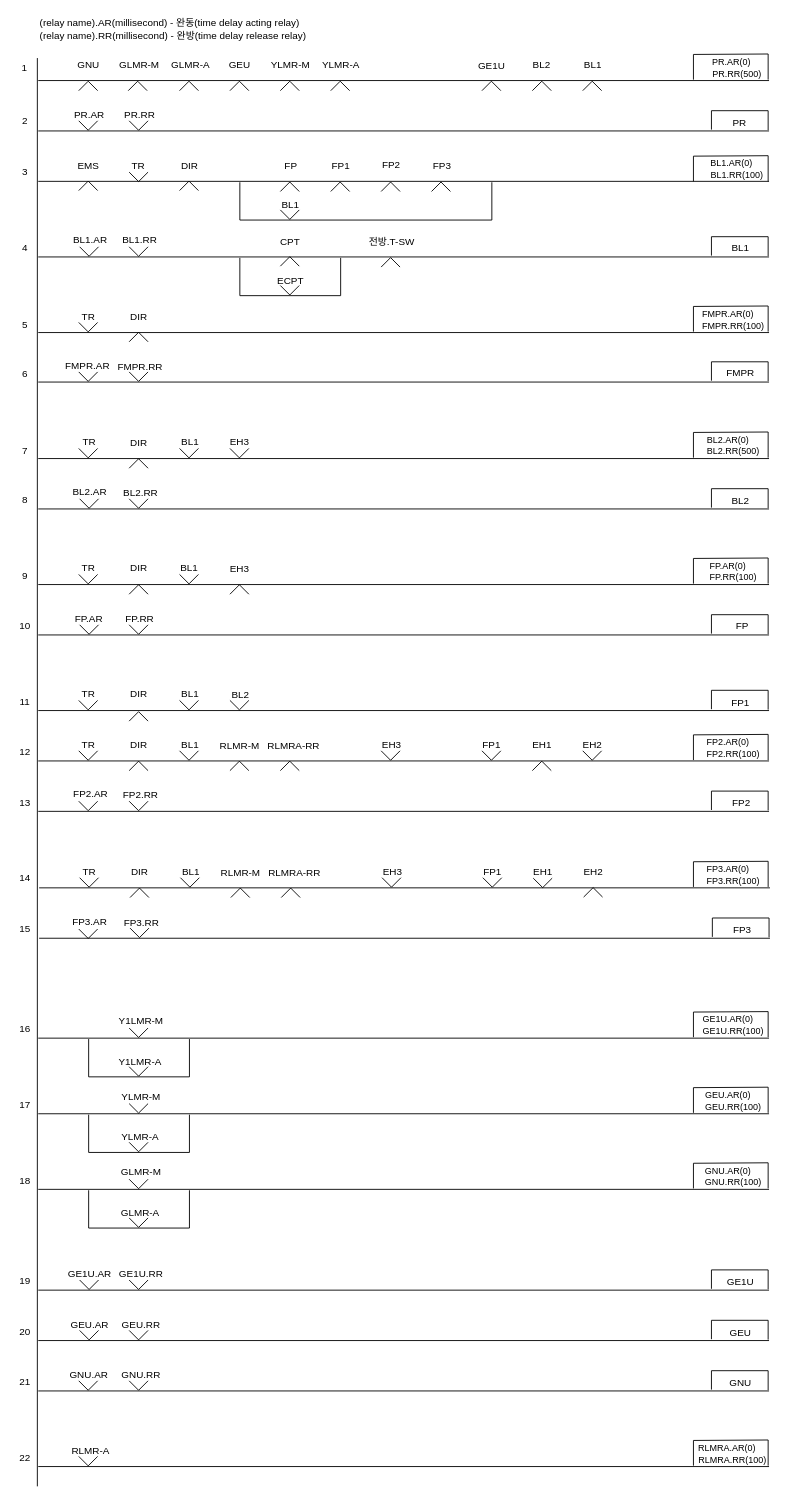
This is EABS_SIL4/FCPU/single-track-logic-dn.drawio from chillin2/MyDraw.io, a draw.io file, before an edit. Source tidied: cells renumbered, new cells numbered last; positions are measured from the earlier drawing's top-left corner, leaving out a move shared by most shapes. Both pictures are drawn from the tidied source at 90%, with x=0, y=0 at pixel (15, 15).
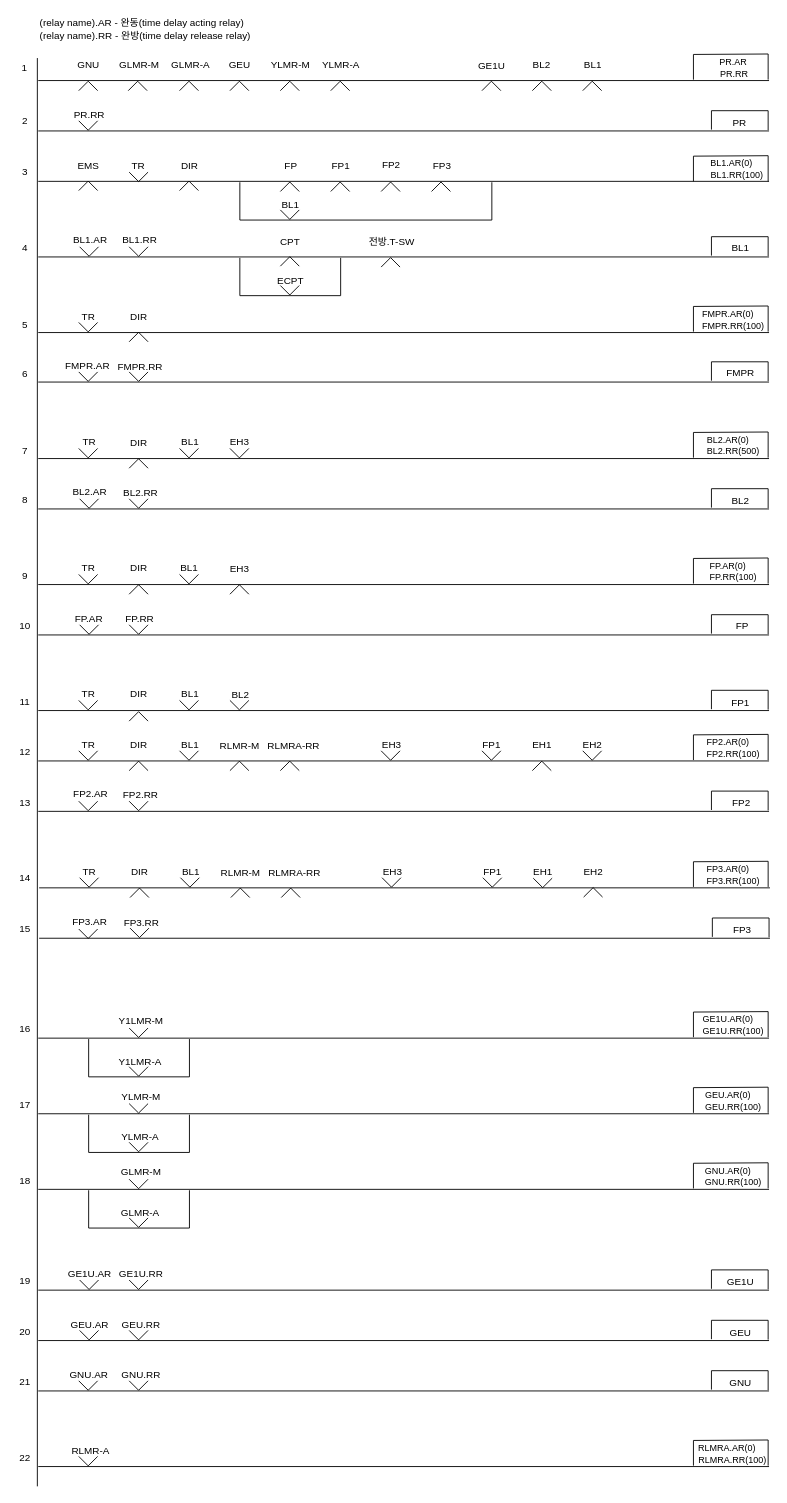
The same diagram, later.

The edit, as a diff of the source:
```diff
@@
-    <mxCell id="13" value="PR.AR" style="text;html=1;strokeColor=none;fillColor=none;align=center;verticalAlign=middle;whiteSpace=wrap;rounded=0;fontFamily=Helvetica;fontSize=11;fontColor=default;" parent="1" vertex="1">
+    <mxCell id="13" value="PR.R&lt;span style=&quot;background-color: transparent; color: light-dark(rgb(0, 0, 0), rgb(255, 255, 255));&quot;&gt;R&lt;/span&gt;" style="text;html=1;strokeColor=none;fillColor=none;align=center;verticalAlign=middle;whiteSpace=wrap;rounded=0;fontFamily=Helvetica;fontSize=11;fontColor=default;" parent="1" vertex="1">
       <mxGeometry x="62" y="104" width="40" height="11" as="geometry" />
     </mxCell>
@@
-    <mxCell id="233" value="&lt;font style=&quot;font-size: 10px;&quot;&gt;PR.AR(0)&lt;/font&gt;" style="text;html=1;strokeColor=none;fillColor=none;align=center;verticalAlign=middle;whiteSpace=wrap;rounded=0;fontFamily=Helvetica;fontSize=11;fontColor=default;" parent="1" vertex="1">
-      <mxGeometry x="772" y="45" width="47" height="12" as="geometry" />
+    <mxCell id="233" value="&lt;font style=&quot;font-size: 10px;&quot;&gt;PR.AR&lt;/font&gt;" style="text;html=1;strokeColor=none;fillColor=none;align=center;verticalAlign=middle;whiteSpace=wrap;rounded=0;fontFamily=Helvetica;fontSize=11;fontColor=default;" parent="1" vertex="1">
+      <mxGeometry x="774" y="45" width="47" height="12" as="geometry" />
     </mxCell>
@@
-    <mxCell id="235" value="&lt;font style=&quot;font-size: 10px;&quot;&gt;PR.RR(500)&lt;/font&gt;" style="text;html=1;strokeColor=none;fillColor=none;align=center;verticalAlign=middle;whiteSpace=wrap;rounded=0;fontFamily=Helvetica;fontSize=11;fontColor=default;" parent="1" vertex="1">
-      <mxGeometry x="778" y="58" width="47" height="12" as="geometry" />
+    <mxCell id="235" value="&lt;font style=&quot;font-size: 10px;&quot;&gt;PR.RR&lt;/font&gt;" style="text;html=1;strokeColor=none;fillColor=none;align=center;verticalAlign=middle;whiteSpace=wrap;rounded=0;fontFamily=Helvetica;fontSize=11;fontColor=default;" parent="1" vertex="1">
+      <mxGeometry x="775" y="58" width="47" height="12" as="geometry" />
     </mxCell>
-    <mxCell id="236" value="PR.RR" style="text;html=1;strokeColor=none;fillColor=none;align=center;verticalAlign=middle;whiteSpace=wrap;rounded=0;fontFamily=Helvetica;fontSize=11;fontColor=default;" parent="1" vertex="1">
-      <mxGeometry x="118" y="104" width="40" height="11" as="geometry" />
-    </mxCell>
-    <mxCell id="237" style="verticalLabelPosition=bottom;html=1;verticalAlign=top;align=center;shape=mxgraph.floorplan.windowBow;strokeWidth=1;fontSize=11;direction=east;" parent="1" vertex="1">
-      <mxGeometry x="126" y="116.5" width="21" height="11" as="geometry" />
-    </mxCell>
-    <mxCell id="238" value="&lt;font style=&quot;&quot;&gt;&lt;span style=&quot;font-size: 11px;&quot;&gt;(relay name).AR(millisecond) - 완동(time delay acting relay)&lt;/span&gt;&lt;br&gt;&lt;span style=&quot;font-size: 11px;&quot;&gt;(relay name)&lt;/span&gt;&lt;span style=&quot;background-color: initial;&quot;&gt;&lt;span style=&quot;font-size: 11px;&quot;&gt;.RR(millisecond) - 완방(time delay release relay)&lt;/span&gt;&lt;/span&gt;&lt;/font&gt;" style="text;html=1;strokeColor=none;fillColor=none;align=left;verticalAlign=middle;whiteSpace=wrap;rounded=0;fontSize=10;" parent="1" vertex="1">
+    <mxCell id="238" value="&lt;font style=&quot;&quot;&gt;&lt;span style=&quot;font-size: 11px;&quot;&gt;(relay name).AR - 완동(time delay acting relay)&lt;/span&gt;&lt;br&gt;&lt;span style=&quot;font-size: 11px;&quot;&gt;(relay name)&lt;/span&gt;&lt;span style=&quot;background-color: initial;&quot;&gt;&lt;span style=&quot;font-size: 11px;&quot;&gt;.RR - 완방(time delay release relay)&lt;/span&gt;&lt;/span&gt;&lt;/font&gt;" style="text;html=1;strokeColor=none;fillColor=none;align=left;verticalAlign=middle;whiteSpace=wrap;rounded=0;fontSize=10;" parent="1" vertex="1">
       <mxGeometry x="25" width="588" height="30" as="geometry" />
     </mxCell>
```
